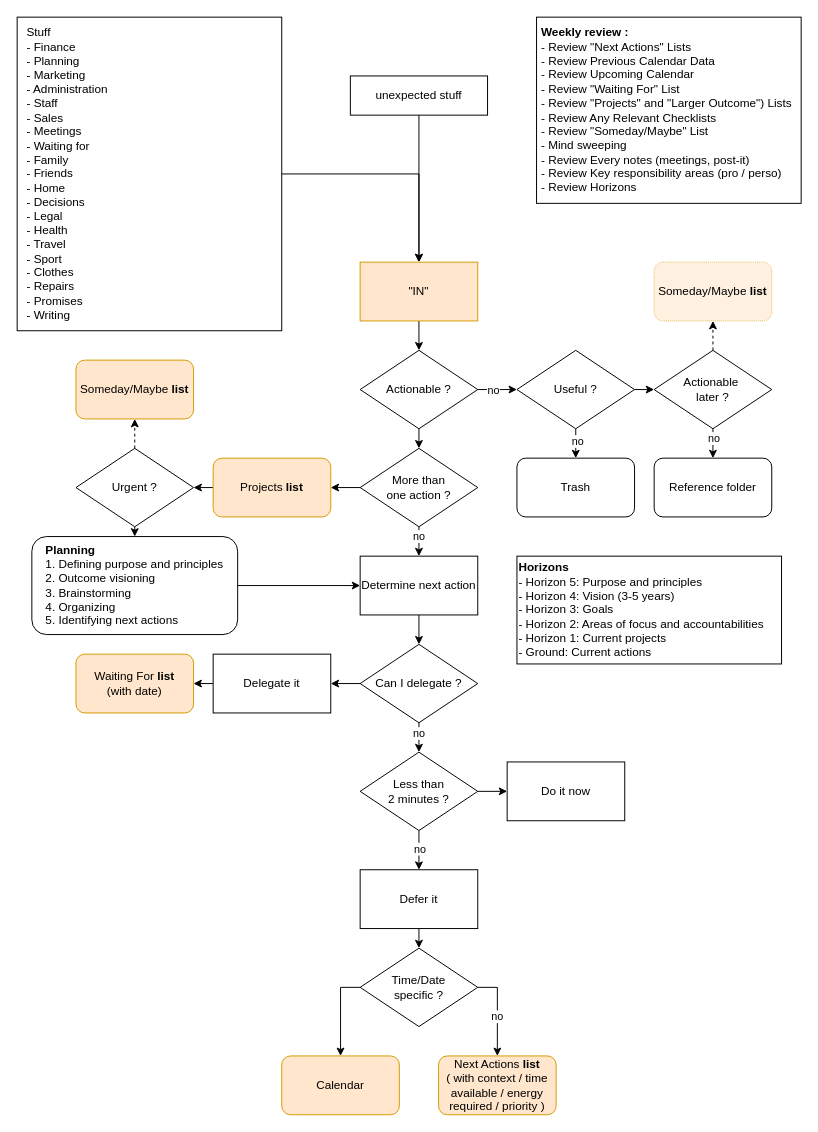
Above: files/GTD_complete.drawio in gmolveau/books (draw.io), before the change. Source tidied: cells renumbered, new cells numbered last; positions are measured from the earlier drawing's top-left corner, leaving out a move shared by most shapes. Both pictures are drawn from the tidied source at 98%, with x=0, y=0 at pixel (17, 17).
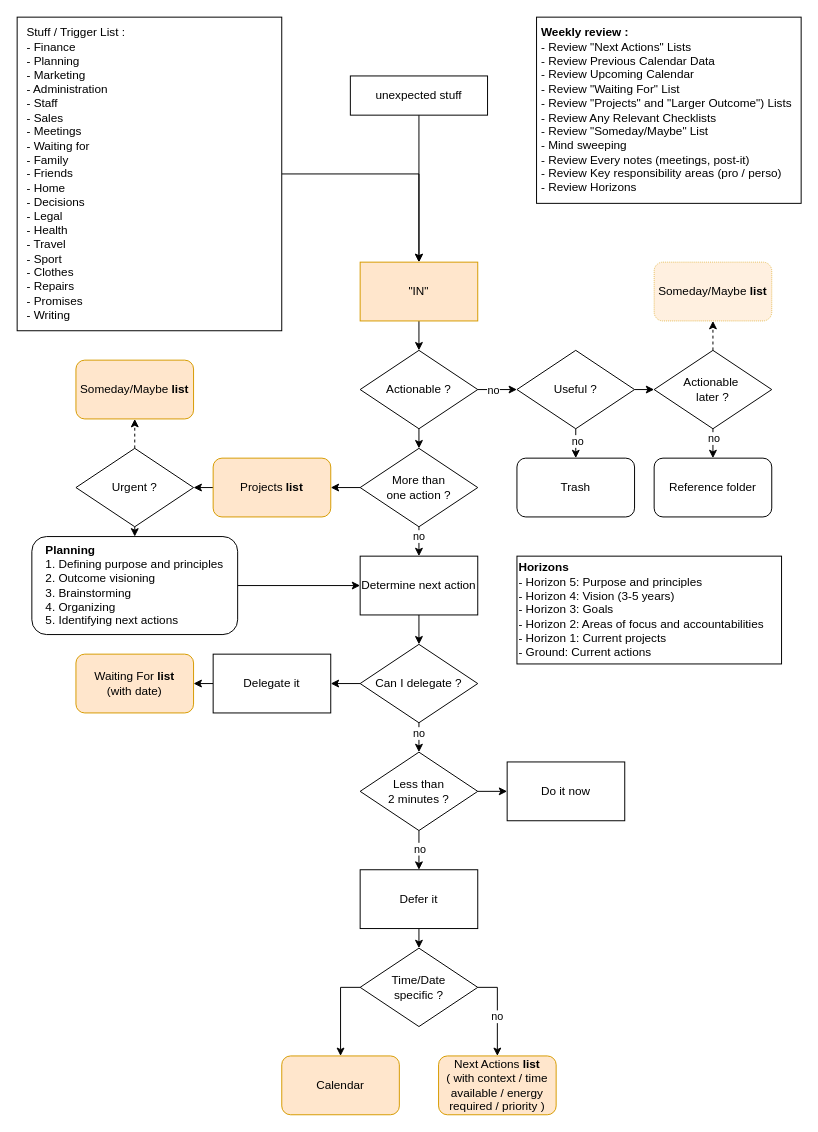
The same diagram, later.

What changed in the source:
```diff
@@
-    <mxCell id="55" value="Stuff&#10;- Finance&#10;- Planning&#10;- Marketing&#10;- Administration&#10;- Staff&#10;- Sales&#10;- Meetings&#10;- Waiting for&#10;- Family&#10;- Friends&#10;- Home&#10;- Decisions&#10;- Legal&#10;- Health&#10;- Travel&#10;- Sport&#10;- Clothes&#10;- Repairs&#10;- Promises&#10;- Writing" style="rounded=0;whiteSpace=wrap;align=left;spacing=10;" parent="1" vertex="1">
+    <mxCell id="55" value="Stuff / Trigger List :&#10;- Finance&#10;- Planning&#10;- Marketing&#10;- Administration&#10;- Staff&#10;- Sales&#10;- Meetings&#10;- Waiting for&#10;- Family&#10;- Friends&#10;- Home&#10;- Decisions&#10;- Legal&#10;- Health&#10;- Travel&#10;- Sport&#10;- Clothes&#10;- Repairs&#10;- Promises&#10;- Writing" style="rounded=0;whiteSpace=wrap;align=left;spacing=10;" parent="1" vertex="1">
       <mxGeometry width="270" height="320" as="geometry" />
     </mxCell>
```
